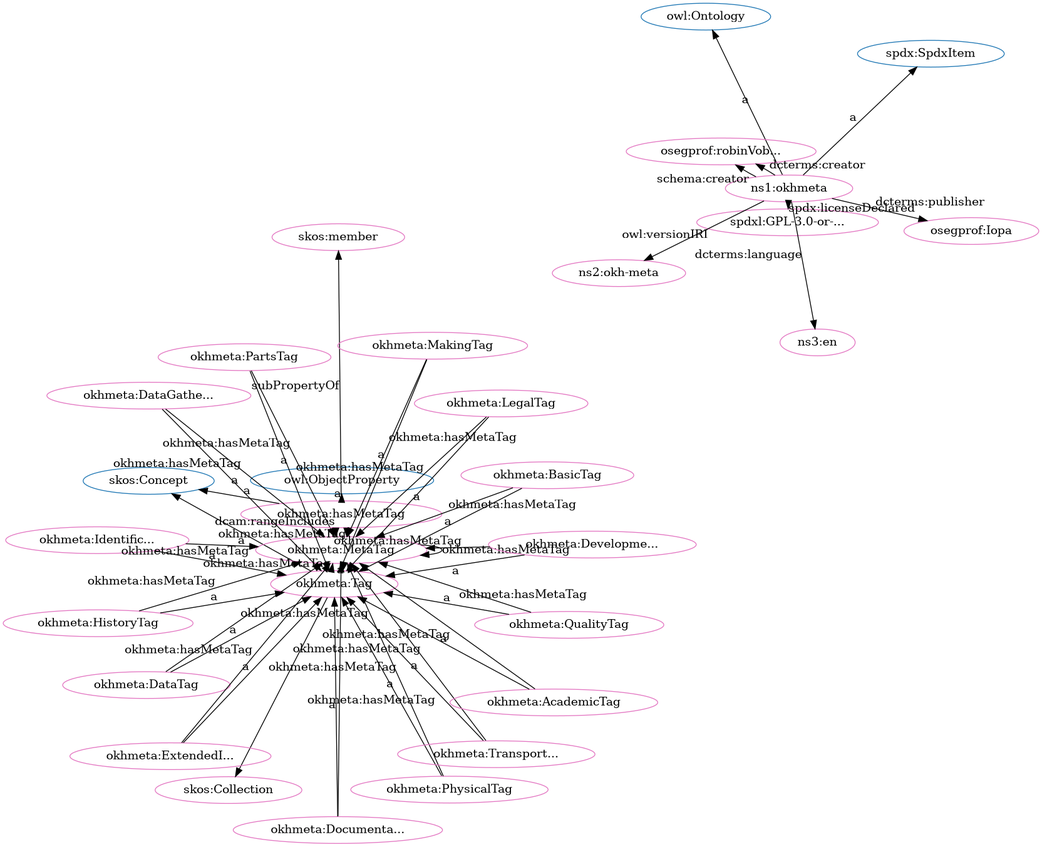
Above: src/spec/fdp_okh-meta.png in iop-alliance/OpenKnowHow (Graphviz), before the change. Its source is kept beside it as src/spec/fdp_okh-meta.dot.
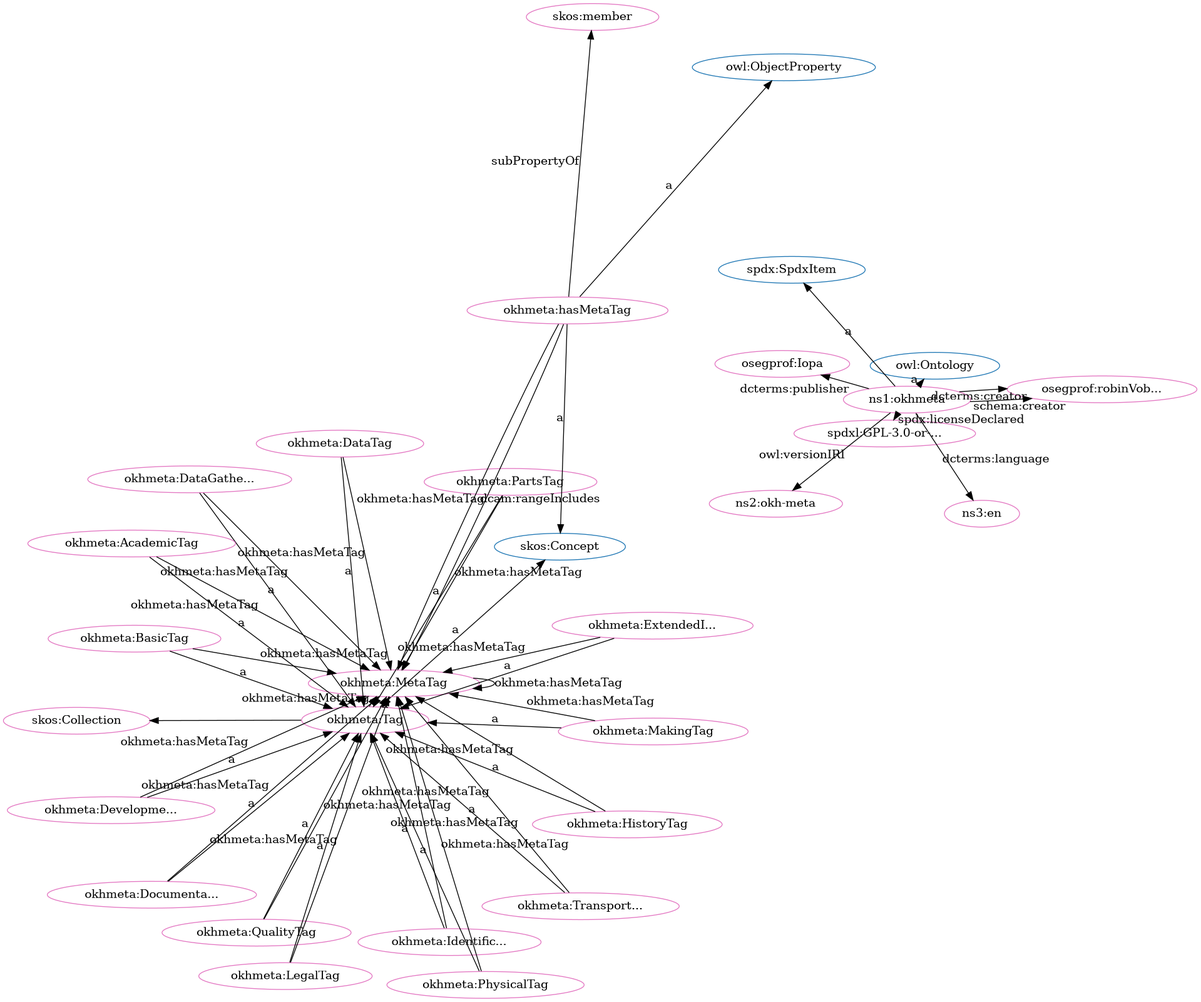
Later version of the same file.

Diff of the diagram source:
```diff
@@ -1,84 +1,84 @@
 digraph G {
   rankdir=BT
   node[height=.3]
+"http://spdx.org/rdf/terms#SpdxItem" [fillcolor="#1f77b4" color="#1f77b4" label="spdx:SpdxItem"]
 "http://www.w3.org/2004/02/skos/core#Collection" [fillcolor="#1f77b4" color="#1f77b4" label="skos:Collection"]
+"http://w3id.org/oseg/ont/okhmeta#Tag" [fillcolor="#1f77b4" color="#1f77b4" label="okhmeta:Tag"]
 "http://www.w3.org/2002/07/owl#ObjectProperty" [fillcolor="#1f77b4" color="#1f77b4" label="owl:ObjectProperty"]
-"http://w3id.org/oseg/ont/okhmeta#Tag" [fillcolor="#1f77b4" color="#1f77b4" label="okhmeta:Tag"]
 "http://www.w3.org/2002/07/owl#Ontology" [fillcolor="#1f77b4" color="#1f77b4" label="owl:Ontology"]
-"http://spdx.org/rdf/terms#SpdxItem" [fillcolor="#1f77b4" color="#1f77b4" label="spdx:SpdxItem"]
 "http://www.w3.org/2004/02/skos/core#Concept" [fillcolor="#1f77b4" color="#1f77b4" label="skos:Concept"]
-"http://w3id.org/oseg/ont/okhmeta#Tag" [fillcolor="#e377c2" color="#e377c2" label="okhmeta:Tag"]
-"http://w3id.org/oseg/ont/okhmeta#PhysicalTag" [fillcolor="#e377c2" color="#e377c2" label="okhmeta:PhysicalTag"]
-"http://w3id.org/oseg/ont/okhmeta#MetaTag" [fillcolor="#e377c2" color="#e377c2" label="okhmeta:MetaTag"]
-"http://w3id.org/oseg/ont/okhmeta#DataTag" [fillcolor="#e377c2" color="#e377c2" label="okhmeta:DataTag"]
-"http://w3id.org/oseg/ont/okhmeta#DevelopmentTag" [fillcolor="#e377c2" color="#e377c2" label="okhmeta:Developme..."]
-"http://w3id.org/oseg/ont/okhmeta#IdentificationTag" [fillcolor="#e377c2" color="#e377c2" label="okhmeta:Identific..."]
-"http://w3id.org/oseg/ont/okhmeta#TransportationTag" [fillcolor="#e377c2" color="#e377c2" label="okhmeta:Transport..."]
-"http://www.w3.org/2004/02/skos/core#Collection" [fillcolor="#e377c2" color="#e377c2" label="skos:Collection"]
-"http://www.w3.org/2004/02/skos/core#member" [fillcolor="#e377c2" color="#e377c2" label="skos:member"]
+"http://w3id.org/oseg/ont/okhmeta#QualityTag" [fillcolor="#e377c2" color="#e377c2" label="okhmeta:QualityTag"]
 "http://w3id.org/oseg/ont/okhmeta#PartsTag" [fillcolor="#e377c2" color="#e377c2" label="okhmeta:PartsTag"]
 "http://spdx.org/licenses/GPL-3.0-or-later" [fillcolor="#e377c2" color="#e377c2" label="spdxl:GPL-3.0-or-..."]
+"http://w3id.org/oseg/ont/okhmeta#TransportationTag" [fillcolor="#e377c2" color="#e377c2" label="okhmeta:Transport..."]
+"http://w3id.org/oseg/ont/okhmeta#MetaTag" [fillcolor="#e377c2" color="#e377c2" label="okhmeta:MetaTag"]
+"http://w3id.org/oseg/ont/oseg-profiles#Iopa" [fillcolor="#e377c2" color="#e377c2" label="osegprof:Iopa"]
+"http://w3id.org/oseg/ont/okhmeta#IdentificationTag" [fillcolor="#e377c2" color="#e377c2" label="okhmeta:Identific..."]
+"http://w3id.org/oseg/ont/oseg-profiles#robinVobruba" [fillcolor="#e377c2" color="#e377c2" label="osegprof:robinVob..."]
+"http://w3id.org/oseg/ont/okhmeta#HistoryTag" [fillcolor="#e377c2" color="#e377c2" label="okhmeta:HistoryTag"]
+"http://w3id.org/oseg/ont/okhmeta#BasicTag" [fillcolor="#e377c2" color="#e377c2" label="okhmeta:BasicTag"]
+"http://w3id.org/oseg/ont/okhmeta" [fillcolor="#e377c2" color="#e377c2" label="ns1:okhmeta"]
+"http://w3id.org/oseg/ont/okhmeta#DataTag" [fillcolor="#e377c2" color="#e377c2" label="okhmeta:DataTag"]
+"http://www.w3.org/2004/02/skos/core#Collection" [fillcolor="#e377c2" color="#e377c2" label="skos:Collection"]
+"http://w3id.org/oseg/ont/okhmeta#DataGatheringTag" [fillcolor="#e377c2" color="#e377c2" label="okhmeta:DataGathe..."]
+"http://w3id.org/oseg/ont/okhmeta#MakingTag" [fillcolor="#e377c2" color="#e377c2" label="okhmeta:MakingTag"]
 "http://w3id.org/oseg/ont/okhmeta#hasMetaTag" [fillcolor="#e377c2" color="#e377c2" label="okhmeta:hasMetaTag"]
-"http://w3id.org/oseg/ont/okhmeta#QualityTag" [fillcolor="#e377c2" color="#e377c2" label="okhmeta:QualityTag"]
+"http://w3id.org/oseg/ont/okhmeta#ExtendedInfoTag" [fillcolor="#e377c2" color="#e377c2" label="okhmeta:ExtendedI..."]
+"http://w3id.org/oseg/ont/okhmeta#PhysicalTag" [fillcolor="#e377c2" color="#e377c2" label="okhmeta:PhysicalTag"]
+"http://w3id.org/oseg/ont/1.1.0/okh-meta" [fillcolor="#e377c2" color="#e377c2" label="ns2:okh-meta"]
+"http://w3id.org/oseg/ont/okhmeta#LegalTag" [fillcolor="#e377c2" color="#e377c2" label="okhmeta:LegalTag"]
+"http://w3id.org/oseg/ont/okhmeta#DevelopmentTag" [fillcolor="#e377c2" color="#e377c2" label="okhmeta:Developme..."]
+"http://www.w3.org/2004/02/skos/core#member" [fillcolor="#e377c2" color="#e377c2" label="skos:member"]
+"http://id.loc.gov/vocabulary/iso639-1/en" [fillcolor="#e377c2" color="#e377c2" label="ns3:en"]
 "http://w3id.org/oseg/ont/okhmeta#AcademicTag" [fillcolor="#e377c2" color="#e377c2" label="okhmeta:AcademicTag"]
-"http://w3id.org/oseg/ont/okhmeta" [fillcolor="#e377c2" color="#e377c2" label="ns1:okhmeta"]
 "http://w3id.org/oseg/ont/okhmeta#DocumentationTag" [fillcolor="#e377c2" color="#e377c2" label="okhmeta:Documenta..."]
-"http://w3id.org/oseg/ont/oseg-profiles#Iopa" [fillcolor="#e377c2" color="#e377c2" label="osegprof:Iopa"]
-"http://w3id.org/oseg/ont/okhmeta#HistoryTag" [fillcolor="#e377c2" color="#e377c2" label="okhmeta:HistoryTag"]
-"http://w3id.org/oseg/ont/okhmeta#LegalTag" [fillcolor="#e377c2" color="#e377c2" label="okhmeta:LegalTag"]
-"http://w3id.org/oseg/ont/okhmeta#DataGatheringTag" [fillcolor="#e377c2" color="#e377c2" label="okhmeta:DataGathe..."]
-"http://w3id.org/oseg/ont/oseg-profiles#robinVobruba" [fillcolor="#e377c2" color="#e377c2" label="osegprof:robinVob..."]
-"http://w3id.org/oseg/ont/okhmeta#BasicTag" [fillcolor="#e377c2" color="#e377c2" label="okhmeta:BasicTag"]
-"http://w3id.org/oseg/ont/okhmeta#MakingTag" [fillcolor="#e377c2" color="#e377c2" label="okhmeta:MakingTag"]
-"http://w3id.org/oseg/ont/okhmeta#ExtendedInfoTag" [fillcolor="#e377c2" color="#e377c2" label="okhmeta:ExtendedI..."]
-"http://w3id.org/oseg/ont/1.1.0/okh-meta" [fillcolor="#e377c2" color="#e377c2" label="ns2:okh-meta"]
-"http://id.loc.gov/vocabulary/iso639-1/en" [fillcolor="#e377c2" color="#e377c2" label="ns3:en"]
-  "http://w3id.org/oseg/ont/okhmeta#PhysicalTag" -> "http://w3id.org/oseg/ont/okhmeta#Tag" [label="a"]
-  "http://w3id.org/oseg/ont/okhmeta#DataTag" -> "http://w3id.org/oseg/ont/okhmeta#MetaTag" [label="okhmeta:hasMetaTag"]
-  "http://w3id.org/oseg/ont/okhmeta#DevelopmentTag" -> "http://w3id.org/oseg/ont/okhmeta#Tag" [label="a"]
-  "http://w3id.org/oseg/ont/okhmeta#IdentificationTag" -> "http://w3id.org/oseg/ont/okhmeta#MetaTag" [label="okhmeta:hasMetaTag"]
-  "http://w3id.org/oseg/ont/okhmeta#hasMetaTag" -> "http://www.w3.org/2004/02/skos/core#member" [label="subPropertyOf"]
-  "http://w3id.org/oseg/ont/okhmeta#DataGatheringTag" -> "http://w3id.org/oseg/ont/okhmeta#MetaTag" [label="okhmeta:hasMetaTag"]
-  "http://w3id.org/oseg/ont/okhmeta#QualityTag" -> "http://w3id.org/oseg/ont/okhmeta#MetaTag" [label="okhmeta:hasMetaTag"]
-  "http://w3id.org/oseg/ont/okhmeta#Tag" -> "http://w3id.org/oseg/ont/okhmeta#MetaTag" [label="okhmeta:hasMetaTag"]
-  "http://w3id.org/oseg/ont/okhmeta#AcademicTag" -> "http://w3id.org/oseg/ont/okhmeta#Tag" [label="a"]
-  "http://w3id.org/oseg/ont/okhmeta#BasicTag" -> "http://w3id.org/oseg/ont/okhmeta#MetaTag" [label="okhmeta:hasMetaTag"]
-  "http://w3id.org/oseg/ont/okhmeta#DocumentationTag" -> "http://w3id.org/oseg/ont/okhmeta#MetaTag" [label="okhmeta:hasMetaTag"]
-  "http://w3id.org/oseg/ont/okhmeta#MakingTag" -> "http://w3id.org/oseg/ont/okhmeta#MetaTag" [label="okhmeta:hasMetaTag"]
-  "http://w3id.org/oseg/ont/okhmeta" -> "http://spdx.org/rdf/terms#SpdxItem" [label="a"]
-  "http://w3id.org/oseg/ont/okhmeta#DataGatheringTag" -> "http://w3id.org/oseg/ont/okhmeta#Tag" [label="a"]
-  "http://w3id.org/oseg/ont/okhmeta" -> "http://w3id.org/oseg/ont/oseg-profiles#robinVobruba" [label="schema:creator"]
-  "http://w3id.org/oseg/ont/okhmeta#PartsTag" -> "http://w3id.org/oseg/ont/okhmeta#MetaTag" [label="okhmeta:hasMetaTag"]
-  "http://w3id.org/oseg/ont/okhmeta#hasMetaTag" -> "http://www.w3.org/2004/02/skos/core#Concept" [label="a"]
-  "http://w3id.org/oseg/ont/okhmeta#BasicTag" -> "http://w3id.org/oseg/ont/okhmeta#Tag" [label="a"]
-  "http://w3id.org/oseg/ont/okhmeta#MakingTag" -> "http://w3id.org/oseg/ont/okhmeta#Tag" [label="a"]
-  "http://w3id.org/oseg/ont/okhmeta" -> "http://w3id.org/oseg/ont/1.1.0/okh-meta" [label="owl:versionIRI"]
-  "http://w3id.org/oseg/ont/okhmeta#hasMetaTag" -> "http://w3id.org/oseg/ont/okhmeta#MetaTag" [label="okhmeta:hasMetaTag"]
-  "http://w3id.org/oseg/ont/okhmeta#HistoryTag" -> "http://w3id.org/oseg/ont/okhmeta#MetaTag" [label="okhmeta:hasMetaTag"]
-  "http://w3id.org/oseg/ont/okhmeta#Tag" -> "http://www.w3.org/2004/02/skos/core#Concept" [label="a"]
-  "http://w3id.org/oseg/ont/okhmeta#PhysicalTag" -> "http://w3id.org/oseg/ont/okhmeta#MetaTag" [label="okhmeta:hasMetaTag"]
-  "http://w3id.org/oseg/ont/okhmeta#DataTag" -> "http://w3id.org/oseg/ont/okhmeta#Tag" [label="a"]
-  "http://w3id.org/oseg/ont/okhmeta#IdentificationTag" -> "http://w3id.org/oseg/ont/okhmeta#Tag" [label="a"]
-  "http://w3id.org/oseg/ont/okhmeta#TransportationTag" -> "http://w3id.org/oseg/ont/okhmeta#Tag" [label="a"]
-  "http://w3id.org/oseg/ont/okhmeta#Tag" -> "http://www.w3.org/2004/02/skos/core#Collection" [label=""]
+"http://w3id.org/oseg/ont/okhmeta#Tag" [fillcolor="#e377c2" color="#e377c2" label="okhmeta:Tag"]
   "http://w3id.org/oseg/ont/okhmeta#PartsTag" -> "http://w3id.org/oseg/ont/okhmeta#Tag" [label="a"]
   "http://w3id.org/oseg/ont/okhmeta" -> "http://spdx.org/licenses/GPL-3.0-or-later" [label="spdx:licenseDeclared"]
+  "http://w3id.org/oseg/ont/okhmeta#IdentificationTag" -> "http://w3id.org/oseg/ont/okhmeta#MetaTag" [label="okhmeta:hasMetaTag"]
+  "http://w3id.org/oseg/ont/okhmeta#HistoryTag" -> "http://w3id.org/oseg/ont/okhmeta#MetaTag" [label="okhmeta:hasMetaTag"]
+  "http://w3id.org/oseg/ont/okhmeta" -> "http://w3id.org/oseg/ont/oseg-profiles#Iopa" [label="dcterms:publisher"]
+  "http://w3id.org/oseg/ont/okhmeta#AcademicTag" -> "http://w3id.org/oseg/ont/okhmeta#MetaTag" [label="okhmeta:hasMetaTag"]
+  "http://w3id.org/oseg/ont/okhmeta#IdentificationTag" -> "http://w3id.org/oseg/ont/okhmeta#Tag" [label="a"]
+  "http://w3id.org/oseg/ont/okhmeta#HistoryTag" -> "http://w3id.org/oseg/ont/okhmeta#Tag" [label="a"]
+  "http://w3id.org/oseg/ont/okhmeta" -> "http://www.w3.org/2002/07/owl#Ontology" [label="a"]
+  "http://w3id.org/oseg/ont/okhmeta#DocumentationTag" -> "http://w3id.org/oseg/ont/okhmeta#MetaTag" [label="okhmeta:hasMetaTag"]
+  "http://w3id.org/oseg/ont/okhmeta#hasMetaTag" -> "http://w3id.org/oseg/ont/okhmeta#MetaTag" [label="okhmeta:hasMetaTag"]
+  "http://w3id.org/oseg/ont/okhmeta#hasMetaTag" -> "http://w3id.org/oseg/ont/okhmeta#MetaTag" [label="dcam:rangeIncludes"]
+  "http://w3id.org/oseg/ont/okhmeta#LegalTag" -> "http://w3id.org/oseg/ont/okhmeta#MetaTag" [label="okhmeta:hasMetaTag"]
+  "http://w3id.org/oseg/ont/okhmeta#DevelopmentTag" -> "http://w3id.org/oseg/ont/okhmeta#MetaTag" [label="okhmeta:hasMetaTag"]
+  "http://w3id.org/oseg/ont/okhmeta#LegalTag" -> "http://w3id.org/oseg/ont/okhmeta#Tag" [label="a"]
+  "http://w3id.org/oseg/ont/okhmeta#DevelopmentTag" -> "http://w3id.org/oseg/ont/okhmeta#Tag" [label="a"]
+  "http://w3id.org/oseg/ont/okhmeta#hasMetaTag" -> "http://www.w3.org/2004/02/skos/core#member" [label="subPropertyOf"]
+  "http://w3id.org/oseg/ont/okhmeta" -> "http://spdx.org/rdf/terms#SpdxItem" [label="a"]
+  "http://w3id.org/oseg/ont/okhmeta#Tag" -> "http://www.w3.org/2004/02/skos/core#Concept" [label="a"]
+  "http://w3id.org/oseg/ont/okhmeta#QualityTag" -> "http://w3id.org/oseg/ont/okhmeta#MetaTag" [label="okhmeta:hasMetaTag"]
+  "http://w3id.org/oseg/ont/okhmeta#TransportationTag" -> "http://w3id.org/oseg/ont/okhmeta#MetaTag" [label="okhmeta:hasMetaTag"]
+  "http://w3id.org/oseg/ont/okhmeta#QualityTag" -> "http://w3id.org/oseg/ont/okhmeta#Tag" [label="a"]
+  "http://w3id.org/oseg/ont/okhmeta#TransportationTag" -> "http://w3id.org/oseg/ont/okhmeta#Tag" [label="a"]
+  "http://w3id.org/oseg/ont/okhmeta" -> "http://w3id.org/oseg/ont/oseg-profiles#robinVobruba" [label="dcterms:creator"]
+  "http://w3id.org/oseg/ont/okhmeta#BasicTag" -> "http://w3id.org/oseg/ont/okhmeta#Tag" [label="a"]
+  "http://w3id.org/oseg/ont/okhmeta#DataTag" -> "http://w3id.org/oseg/ont/okhmeta#MetaTag" [label="okhmeta:hasMetaTag"]
+  "http://w3id.org/oseg/ont/okhmeta#DataTag" -> "http://w3id.org/oseg/ont/okhmeta#Tag" [label="a"]
+  "http://w3id.org/oseg/ont/okhmeta#Tag" -> "http://www.w3.org/2004/02/skos/core#Collection" [label=""]
+  "http://w3id.org/oseg/ont/okhmeta#MetaTag" -> "http://w3id.org/oseg/ont/okhmeta#MetaTag" [label="okhmeta:hasMetaTag"]
+  "http://w3id.org/oseg/ont/okhmeta#DataGatheringTag" -> "http://w3id.org/oseg/ont/okhmeta#Tag" [label="a"]
+  "http://w3id.org/oseg/ont/okhmeta#ExtendedInfoTag" -> "http://w3id.org/oseg/ont/okhmeta#MetaTag" [label="okhmeta:hasMetaTag"]
+  "http://w3id.org/oseg/ont/okhmeta" -> "http://w3id.org/oseg/ont/oseg-profiles#robinVobruba" [label="schema:creator"]
+  "http://w3id.org/oseg/ont/okhmeta#MakingTag" -> "http://w3id.org/oseg/ont/okhmeta#Tag" [label="a"]
+  "http://w3id.org/oseg/ont/okhmeta#MetaTag" -> "http://w3id.org/oseg/ont/okhmeta#Tag" [label="a"]
+  "http://w3id.org/oseg/ont/okhmeta#hasMetaTag" -> "http://www.w3.org/2004/02/skos/core#Concept" [label="a"]
+  "http://w3id.org/oseg/ont/okhmeta#ExtendedInfoTag" -> "http://w3id.org/oseg/ont/okhmeta#Tag" [label="a"]
+  "http://w3id.org/oseg/ont/okhmeta#PhysicalTag" -> "http://w3id.org/oseg/ont/okhmeta#Tag" [label="a"]
+  "http://w3id.org/oseg/ont/okhmeta" -> "http://w3id.org/oseg/ont/1.1.0/okh-meta" [label="owl:versionIRI"]
   "http://w3id.org/oseg/ont/okhmeta#hasMetaTag" -> "http://www.w3.org/2002/07/owl#ObjectProperty" [label="a"]
-  "http://w3id.org/oseg/ont/okhmeta#QualityTag" -> "http://w3id.org/oseg/ont/okhmeta#Tag" [label="a"]
-  "http://w3id.org/oseg/ont/okhmeta" -> "http://www.w3.org/2002/07/owl#Ontology" [label="a"]
-  "http://w3id.org/oseg/ont/okhmeta#hasMetaTag" -> "http://w3id.org/oseg/ont/okhmeta#MetaTag" [label="dcam:rangeIncludes"]
+  "http://w3id.org/oseg/ont/okhmeta#Tag" -> "http://w3id.org/oseg/ont/okhmeta#MetaTag" [label="okhmeta:hasMetaTag"]
+  "http://w3id.org/oseg/ont/okhmeta#BasicTag" -> "http://w3id.org/oseg/ont/okhmeta#MetaTag" [label="okhmeta:hasMetaTag"]
+  "http://w3id.org/oseg/ont/okhmeta" -> "http://id.loc.gov/vocabulary/iso639-1/en" [label="dcterms:language"]
+  "http://w3id.org/oseg/ont/okhmeta#DataGatheringTag" -> "http://w3id.org/oseg/ont/okhmeta#MetaTag" [label="okhmeta:hasMetaTag"]
+  "http://w3id.org/oseg/ont/okhmeta#AcademicTag" -> "http://w3id.org/oseg/ont/okhmeta#Tag" [label="a"]
   "http://w3id.org/oseg/ont/okhmeta#DocumentationTag" -> "http://w3id.org/oseg/ont/okhmeta#Tag" [label="a"]
-  "http://w3id.org/oseg/ont/okhmeta#HistoryTag" -> "http://w3id.org/oseg/ont/okhmeta#Tag" [label="a"]
-  "http://w3id.org/oseg/ont/okhmeta#LegalTag" -> "http://w3id.org/oseg/ont/okhmeta#Tag" [label="a"]
-  "http://w3id.org/oseg/ont/okhmeta#ExtendedInfoTag" -> "http://w3id.org/oseg/ont/okhmeta#MetaTag" [label="okhmeta:hasMetaTag"]
-  "http://w3id.org/oseg/ont/okhmeta#MetaTag" -> "http://w3id.org/oseg/ont/okhmeta#MetaTag" [label="okhmeta:hasMetaTag"]
-  "http://w3id.org/oseg/ont/okhmeta#LegalTag" -> "http://w3id.org/oseg/ont/okhmeta#MetaTag" [label="okhmeta:hasMetaTag"]
-  "http://w3id.org/oseg/ont/okhmeta" -> "http://w3id.org/oseg/ont/oseg-profiles#robinVobruba" [label="dcterms:creator"]
-  "http://w3id.org/oseg/ont/okhmeta#TransportationTag" -> "http://w3id.org/oseg/ont/okhmeta#MetaTag" [label="okhmeta:hasMetaTag"]
-  "http://w3id.org/oseg/ont/okhmeta#DevelopmentTag" -> "http://w3id.org/oseg/ont/okhmeta#MetaTag" [label="okhmeta:hasMetaTag"]
-  "http://w3id.org/oseg/ont/okhmeta#AcademicTag" -> "http://w3id.org/oseg/ont/okhmeta#MetaTag" [label="okhmeta:hasMetaTag"]
-  "http://w3id.org/oseg/ont/okhmeta#ExtendedInfoTag" -> "http://w3id.org/oseg/ont/okhmeta#Tag" [label="a"]
-  "http://w3id.org/oseg/ont/okhmeta#MetaTag" -> "http://w3id.org/oseg/ont/okhmeta#Tag" [label="a"]
-  "http://w3id.org/oseg/ont/okhmeta" -> "http://id.loc.gov/vocabulary/iso639-1/en" [label="dcterms:language"]
-  "http://w3id.org/oseg/ont/okhmeta" -> "http://w3id.org/oseg/ont/oseg-profiles#Iopa" [label="dcterms:publisher"]
+  "http://w3id.org/oseg/ont/okhmeta#MakingTag" -> "http://w3id.org/oseg/ont/okhmeta#MetaTag" [label="okhmeta:hasMetaTag"]
+  "http://w3id.org/oseg/ont/okhmeta#PhysicalTag" -> "http://w3id.org/oseg/ont/okhmeta#MetaTag" [label="okhmeta:hasMetaTag"]
+  "http://w3id.org/oseg/ont/okhmeta#PartsTag" -> "http://w3id.org/oseg/ont/okhmeta#MetaTag" [label="okhmeta:hasMetaTag"]
 }
```
